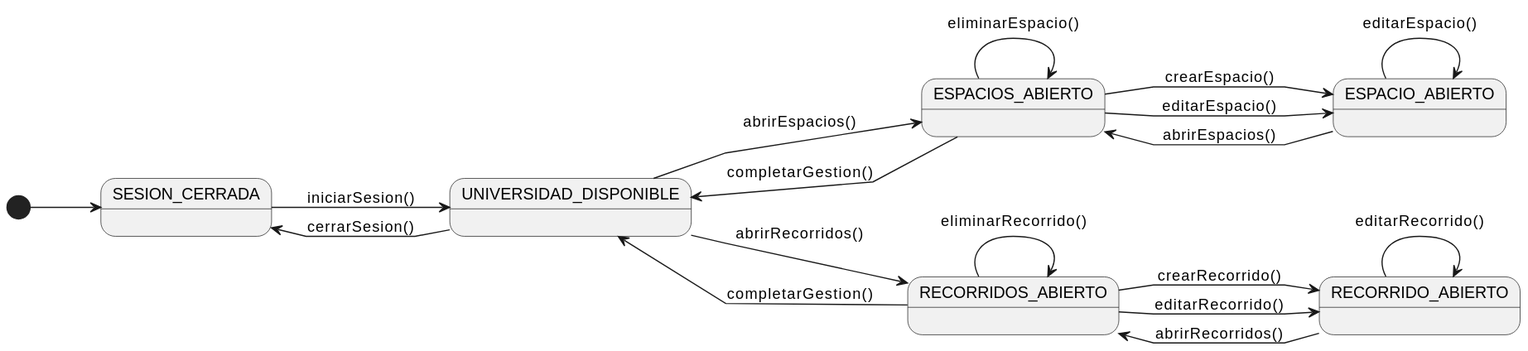
Above: RUP/00-requisitos/01-casoDeUso/2-DiagramaDeContexto/diagramaDeContextoAdministrador.svg in eirik-rosete/25-26-idsw2-sdVC (PlantUML), before the change.
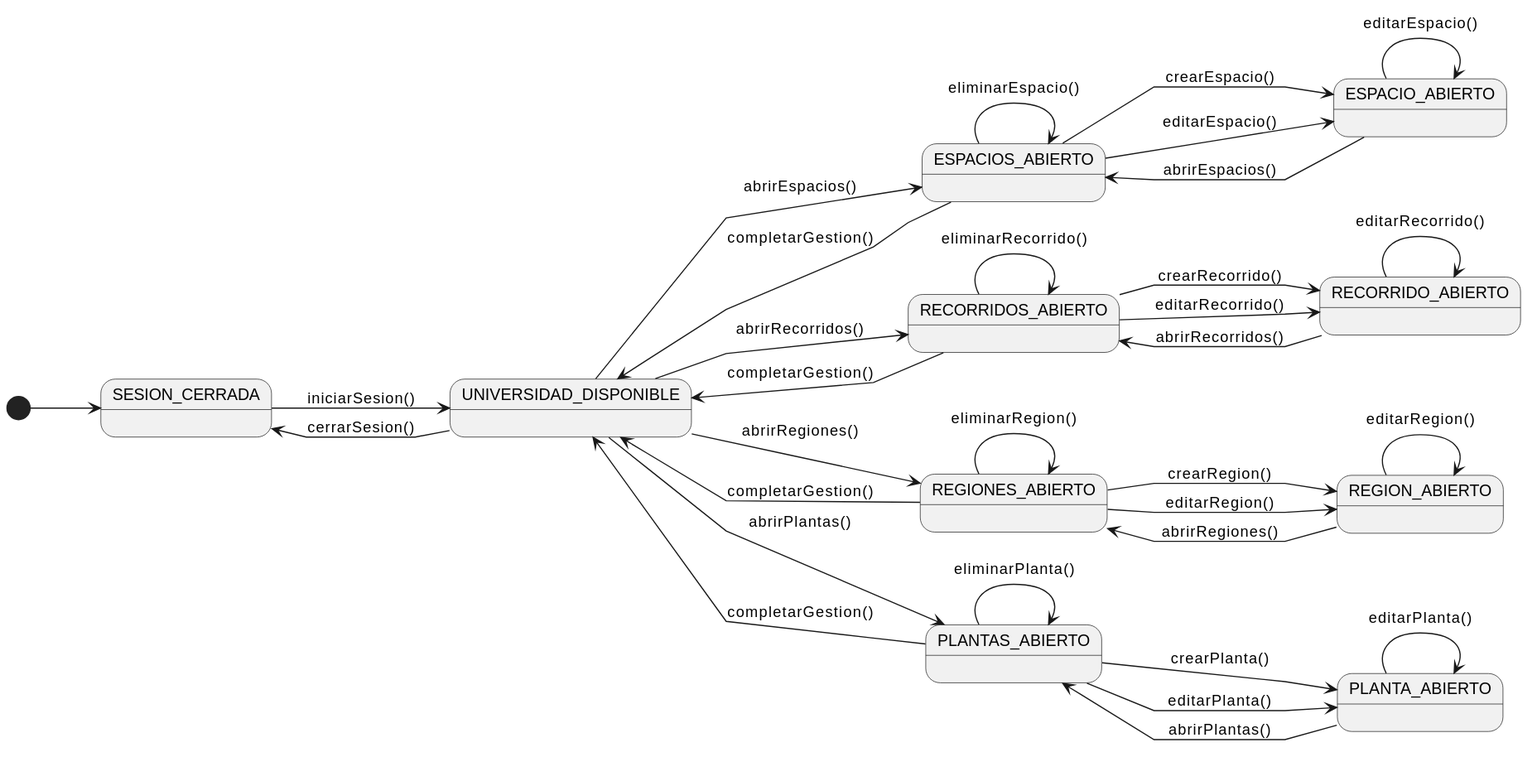
After the commit.

The edit, as a diff of the source:
```diff
@@ -9,6 +9,10 @@
 state "ESPACIO_ABIERTO" as EditEspacio
 state "RECORRIDOS_ABIERTO" as ListRecorridos
 state "RECORRIDO_ABIERTO" as EditRecorrido
+state "REGIONES_ABIERTO" as ListRegiones
+state "REGION_ABIERTO" as EditRegion
+state "PLANTAS_ABIERTO" as ListPlantas
+state "PLANTA_ABIERTO" as EditPlanta
 
 [*] --> NoAuth
 
@@ -17,6 +21,8 @@
 Menu --> NoAuth : cerrarSesion()
 Menu --> ListEspacios: abrirEspacios()
 Menu --> ListRecorridos: abrirRecorridos()
+Menu --> ListRegiones: abrirRegiones()
+Menu --> ListPlantas: abrirPlantas()
 
 
 ListEspacios --> EditEspacio: crearEspacio()
@@ -33,7 +39,23 @@
 EditRecorrido --> EditRecorrido: editarRecorrido()
 EditRecorrido --> ListRecorridos: abrirRecorridos()
 
+ListRegiones --> EditRegion: crearRegion()
+ListRegiones --> EditRegion: editarRegion()
+ListRegiones --> ListRegiones: eliminarRegion()
+
+EditRegion --> EditRegion: editarRegion()
+EditRegion --> ListRegiones: abrirRegiones()
+
+ListPlantas --> EditPlanta: crearPlanta()
+ListPlantas --> EditPlanta: editarPlanta()
+ListPlantas --> ListPlantas: eliminarPlanta()
+
+EditPlanta --> EditPlanta: editarPlanta()
+EditPlanta --> ListPlantas: abrirPlantas()
+
 
 ListEspacios --> Menu: completarGestion()
 ListRecorridos --> Menu: completarGestion()
+ListRegiones --> Menu: completarGestion()
+ListPlantas --> Menu: completarGestion()
 @enduml
```
